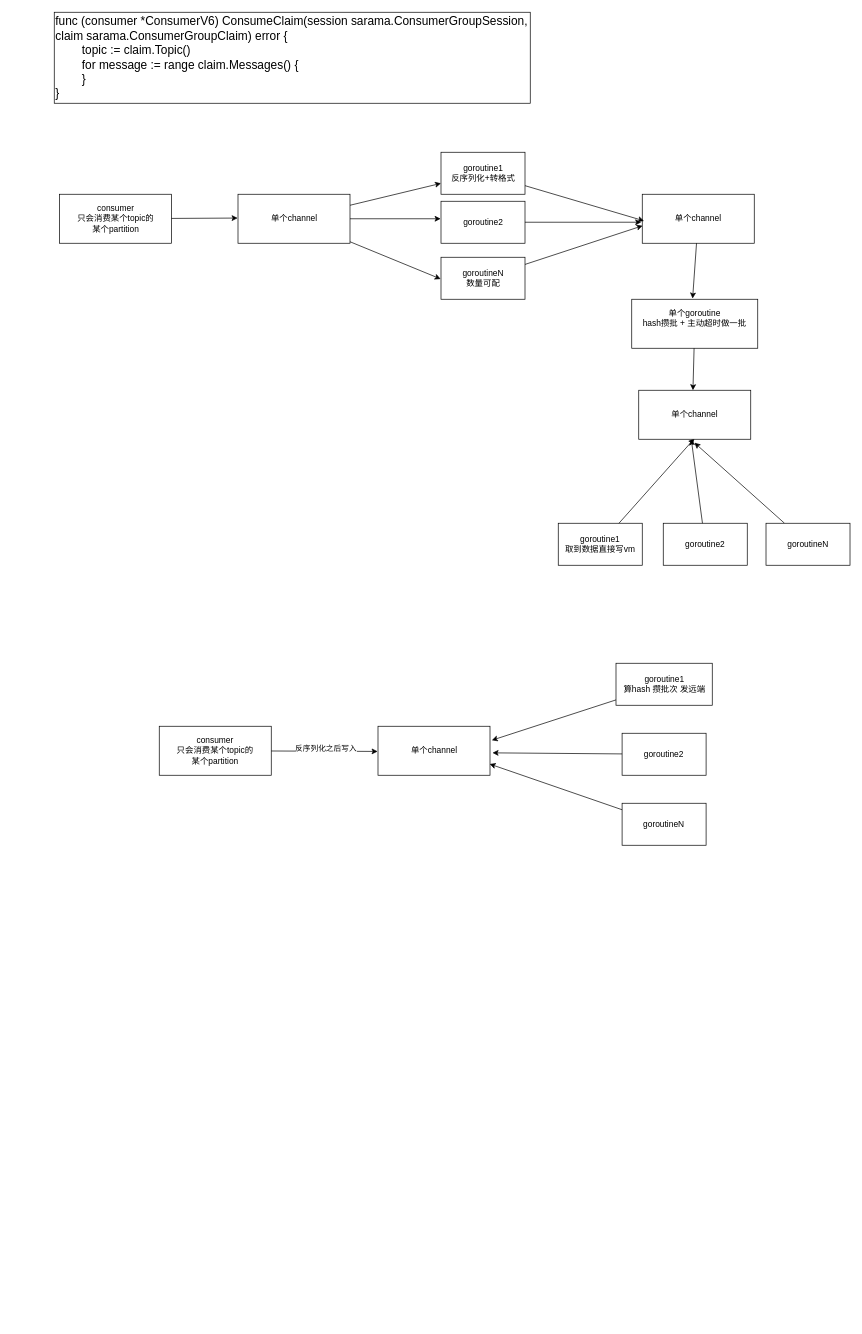
The draw.io diagram 未命名绘图.drawio in jingb/pythonRepo, before the edit. Source tidied: cells renumbered, new cells numbered last; positions are measured from the earlier drawing's top-left corner, leaving out a move shared by most shapes. Both pictures are drawn from the tidied source at 70%, with x=0, y=0 at pixel (54, 12).
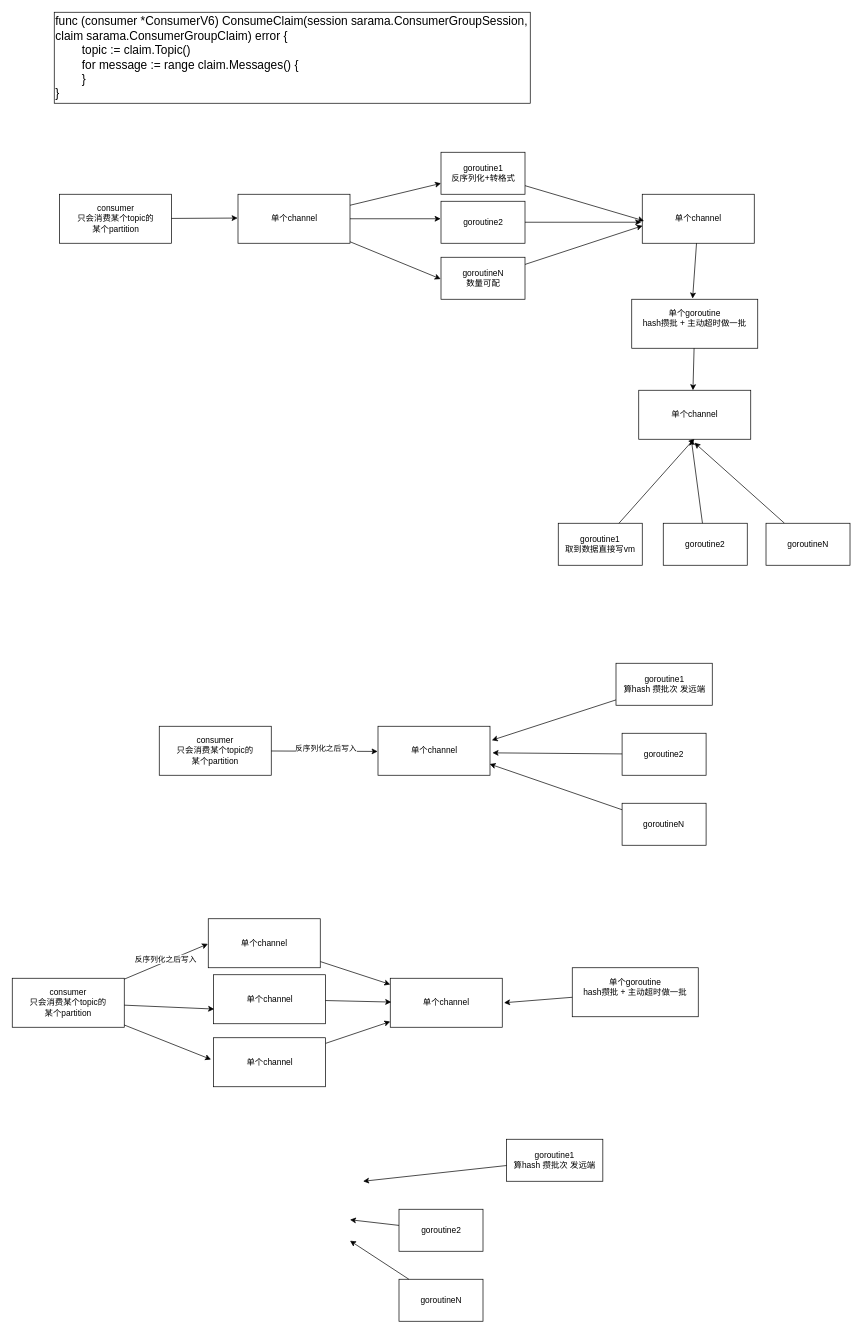
After the change.

Commit message:
更新未命名绘图.drawio

Change to the diagram source:
```diff
@@
+    <mxCell id="36" value="consumer&lt;div&gt;只会消费某个topic的&lt;br&gt;某个partition&lt;br&gt;&lt;/div&gt;" style="rounded=0;whiteSpace=wrap;html=1;" parent="1" vertex="1">
+      <mxGeometry x="-60" y="1380" width="160" height="70" as="geometry" />
+    </mxCell>
+    <mxCell id="37" style="edgeStyle=none;rounded=0;jettySize=auto;html=1;" parent="1" edge="1" source="38" target="52">
+      <mxGeometry relative="1" as="geometry" />
+    </mxCell>
+    <mxCell id="38" value="&lt;div&gt;单个channel&lt;/div&gt;" style="rounded=0;whiteSpace=wrap;html=1;" parent="1" vertex="1">
+      <mxGeometry x="220" y="1295" width="160" height="70" as="geometry" />
+    </mxCell>
+    <mxCell id="39" value="goroutine1&lt;br&gt;算hash 攒批次 发远端" style="rounded=0;whiteSpace=wrap;html=1;" parent="1" vertex="1">
+      <mxGeometry x="646.2" y="1610" width="137.5" height="60" as="geometry" />
+    </mxCell>
+    <mxCell id="40" value="&lt;div&gt;goroutine2&lt;/div&gt;" style="rounded=0;whiteSpace=wrap;html=1;" parent="1" vertex="1">
+      <mxGeometry x="492.5" y="1710" width="120" height="60" as="geometry" />
+    </mxCell>
+    <mxCell id="41" value="goroutineN" style="rounded=0;whiteSpace=wrap;html=1;" parent="1" vertex="1">
+      <mxGeometry x="492.5" y="1810" width="120" height="60" as="geometry" />
+    </mxCell>
+    <mxCell id="42" style="edgeStyle=none;rounded=0;jettySize=auto;html=1;entryX=-0.003;entryY=0.514;entryDx=0;entryDy=0;entryPerimeter=0;" parent="1" edge="1" source="36" target="38">
+      <mxGeometry relative="1" as="geometry" />
+    </mxCell>
+    <mxCell id="43" value="反序列化之后写入" style="edgeLabel;html=1;align=center;verticalAlign=middle;" parent="42" vertex="1">
+      <mxGeometry x="0.01" y="4" relative="1" as="geometry" />
+    </mxCell>
+    <mxCell id="44" style="edgeStyle=none;rounded=0;jettySize=auto;html=1;" parent="1" edge="1" source="39">
+      <mxGeometry relative="1" as="geometry">
+        <mxPoint x="441.2" y="1670" as="targetPoint" />
+      </mxGeometry>
+    </mxCell>
+    <mxCell id="45" style="edgeStyle=none;rounded=0;jettySize=auto;html=1;" parent="1" edge="1" source="40">
+      <mxGeometry relative="1" as="geometry">
+        <mxPoint x="422.5" y="1725" as="targetPoint" />
+      </mxGeometry>
+    </mxCell>
+    <mxCell id="46" style="edgeStyle=none;rounded=0;jettySize=auto;html=1;" parent="1" edge="1" source="41">
+      <mxGeometry relative="1" as="geometry">
+        <mxPoint x="422.5" y="1755" as="targetPoint" />
+      </mxGeometry>
+    </mxCell>
+    <mxCell id="47" value="&lt;div&gt;单个channel&lt;/div&gt;" style="rounded=0;whiteSpace=wrap;html=1;" parent="1" vertex="1">
+      <mxGeometry x="227.5" y="1375" width="160" height="70" as="geometry" />
+    </mxCell>
+    <mxCell id="48" style="edgeStyle=none;rounded=0;jettySize=auto;html=1;entryX=0.006;entryY=0.7;entryDx=0;entryDy=0;entryPerimeter=0;" parent="1" edge="1" source="36" target="47">
+      <mxGeometry relative="1" as="geometry" />
+    </mxCell>
+    <mxCell id="49" style="edgeStyle=none;rounded=0;jettySize=auto;html=1;" parent="1" edge="1" source="50" target="52">
+      <mxGeometry relative="1" as="geometry" />
+    </mxCell>
+    <mxCell id="50" value="&lt;div&gt;单个channel&lt;/div&gt;" style="rounded=0;whiteSpace=wrap;html=1;" parent="1" vertex="1">
+      <mxGeometry x="227.5" y="1465" width="160" height="70" as="geometry" />
+    </mxCell>
+    <mxCell id="51" style="edgeStyle=none;rounded=0;jettySize=auto;html=1;entryX=-0.022;entryY=0.443;entryDx=0;entryDy=0;entryPerimeter=0;" parent="1" edge="1" source="36" target="50">
+      <mxGeometry relative="1" as="geometry" />
+    </mxCell>
+    <mxCell id="52" value="&lt;div&gt;单个channel&lt;/div&gt;" style="rounded=0;whiteSpace=wrap;html=1;" parent="1" vertex="1">
+      <mxGeometry x="480" y="1380" width="160" height="70" as="geometry" />
+    </mxCell>
+    <mxCell id="53" style="edgeStyle=none;rounded=0;jettySize=auto;html=1;entryX=0.009;entryY=0.486;entryDx=0;entryDy=0;entryPerimeter=0;" parent="1" edge="1" source="47" target="52">
+      <mxGeometry relative="1" as="geometry" />
+    </mxCell>
+    <mxCell id="54" value="&lt;div&gt;单个goroutine&lt;br&gt;hash攒批 + 主动超时做一批&lt;br&gt;&lt;br&gt;&lt;/div&gt;" style="rounded=0;whiteSpace=wrap;html=1;" parent="1" vertex="1">
+      <mxGeometry x="740" y="1365" width="180" height="70" as="geometry" />
+    </mxCell>
+    <mxCell id="55" style="edgeStyle=none;rounded=0;jettySize=auto;html=1;entryX=1.016;entryY=0.5;entryDx=0;entryDy=0;entryPerimeter=0;" parent="1" edge="1" source="54" target="52">
+      <mxGeometry relative="1" as="geometry" />
+    </mxCell>
```
